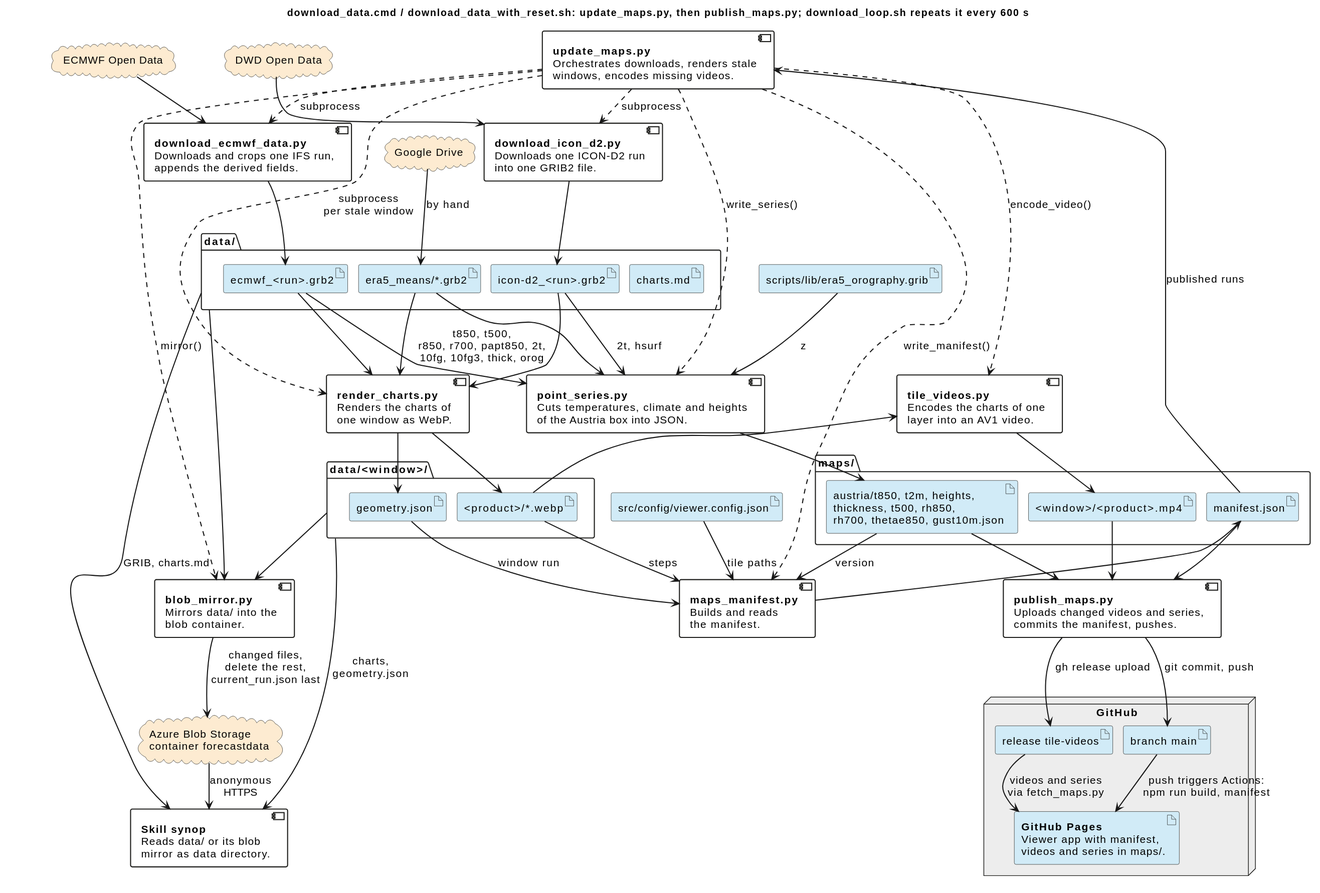
This is docs/pipeline.svg from schletz/wetterkartenviewer, a PlantUML export, as it was before one commit.
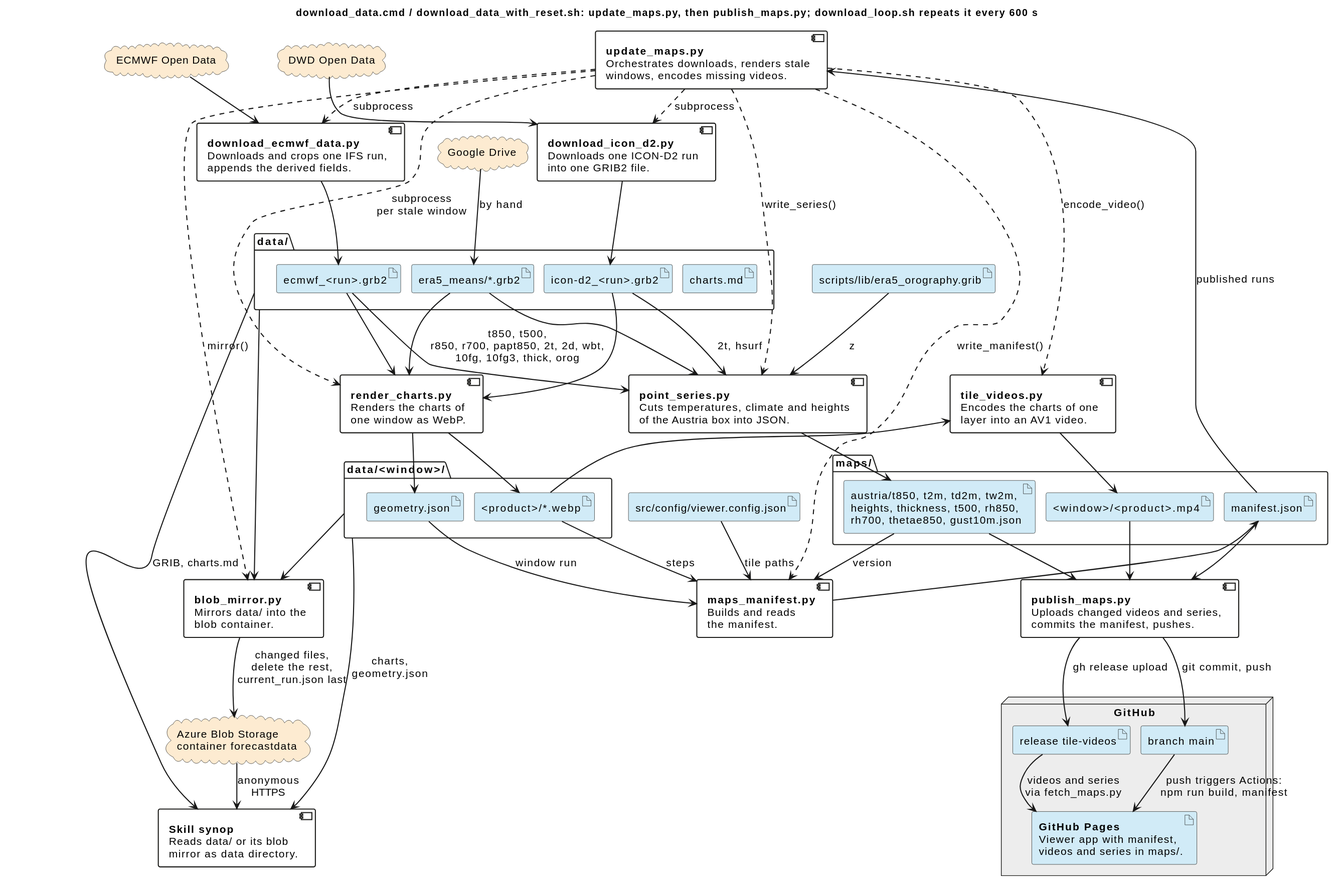
After the commit.

The edit, as a diff of the source:
```diff
@@ -108,7 +108,7 @@
 }
 folder "maps/" {
  artifact "<window>/<product>.mp4" as videos
- artifact "austria/t850, t2m, heights,\nthickness, t500, rh850,\nrh700, thetae850, gust10m.json" as series
+ artifact "austria/t850, t2m, td2m, tw2m,\nheights, thickness, t500, rh850,\nrh700, thetae850, gust10m.json" as series
  artifact "manifest.json" as manifest
 }
 artifact "src/config/viewer.config.json" as config
@@ -141,7 +141,7 @@
 render_charts --> geometry
 charts --> tile_videos
 tile_videos --> videos
-ecmwf_grib --> point_series : t850, t500,\nr850, r700, papt850, 2t,\n10fg, 10fg3, thick, orog
+ecmwf_grib --> point_series : t850, t500,\nr850, r700, papt850, 2t, 2d, wbt,\n10fg, 10fg3, thick, orog
 icon_grib --> point_series : 2t, hsurf
 era5 --> point_series
 era5_orog --> point_series : z
```
